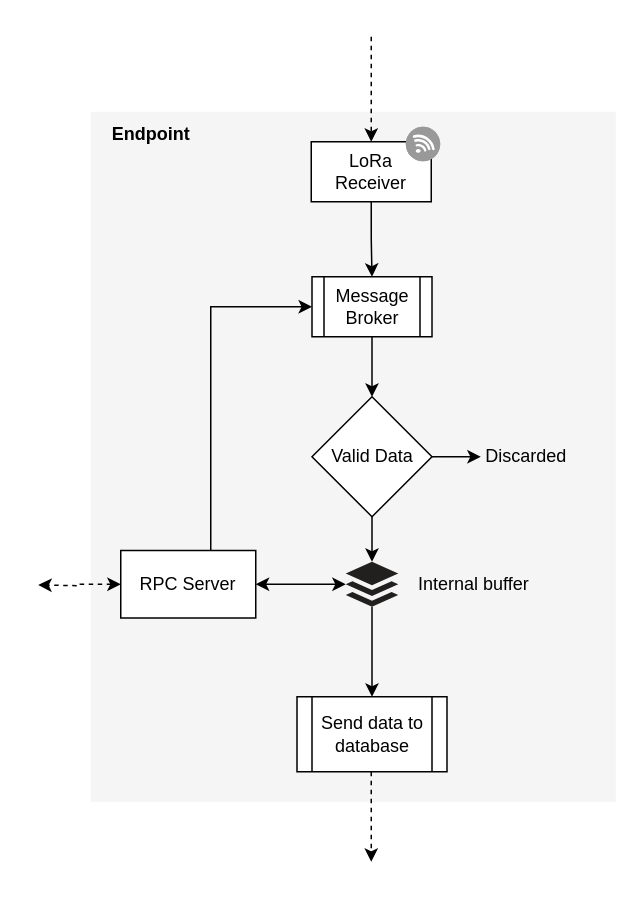
kdeoliveira/capstone_iot_monitoring keeps this draw.io diagram as page "Endpoint" (2 of 4) of Internal System.drawio. Above is the earlier version. Source tidied: cells renumbered, new cells numbered last; positions are measured from the earlier drawing's top-left corner, leaving out a move shared by most shapes. Both pictures are drawn from the tidied source at 150%, with x=0, y=0 at pixel (38, 36).
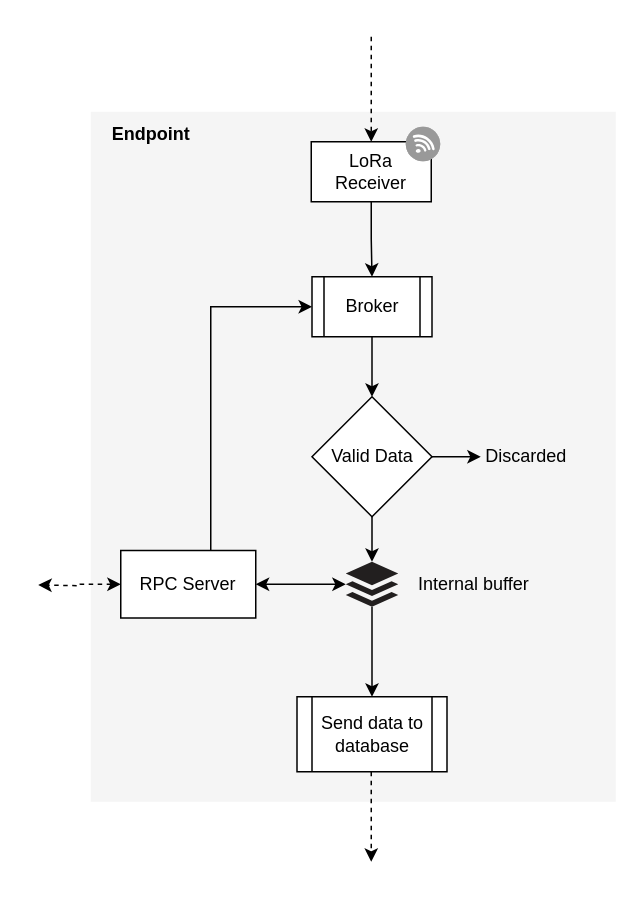
After the change.

Commit message:
endpoint correction

What changed in the source:
```diff
@@
-    <mxCell id="7" value="Message Broker" style="shape=process;whiteSpace=wrap;html=1;backgroundOutline=1;" parent="1" vertex="1">
+    <mxCell id="7" value="Broker" style="shape=process;whiteSpace=wrap;html=1;backgroundOutline=1;" parent="1" vertex="1">
       <mxGeometry x="182.5" y="160" width="80" height="40" as="geometry" />
     </mxCell>
```
